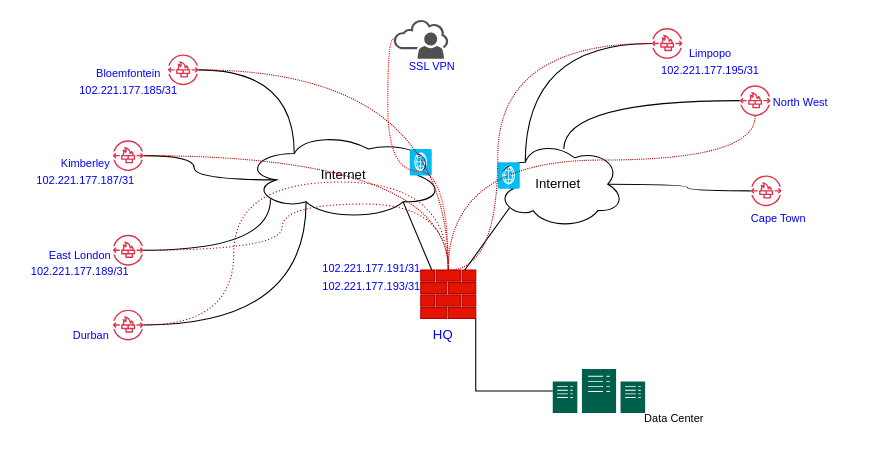
kennedyjombo/intro-to-me keeps this draw.io diagram as HDA SDWAN.drawio. Above is the earlier version. Source tidied: cells renumbered, new cells numbered last; positions are measured from the earlier drawing's top-left corner, leaving out a move shared by most shapes. Both pictures are drawn from the tidied source at 110%, with x=0, y=0 at pixel (19, 19).
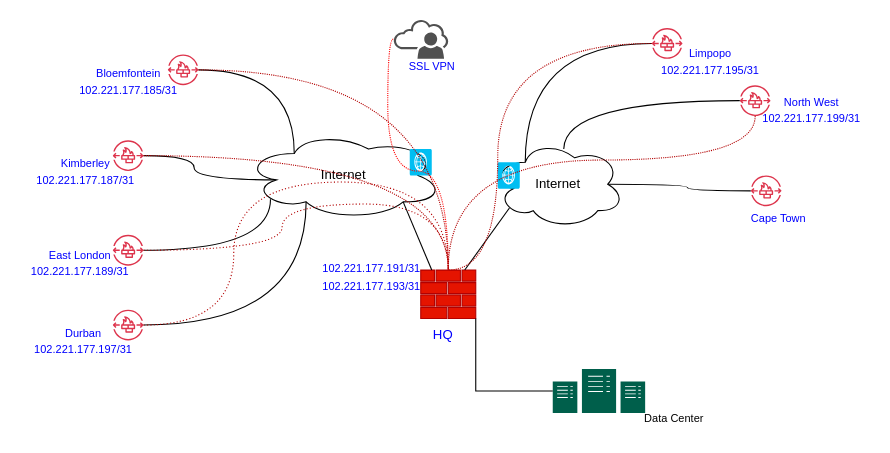
Above is the later version.

Change to the diagram source:
```diff
@@
-    <mxCell id="31" value="&lt;font color=&quot;#0000ff&quot; style=&quot;font-size: 10px;&quot;&gt;Durban&lt;/font&gt;" style="text;html=1;align=center;verticalAlign=middle;strokeColor=none;fillColor=none;" parent="1" vertex="1">
-      <mxGeometry x="35" y="272" width="60" height="30" as="geometry" />
+    <mxCell id="31" value="&lt;div&gt;&lt;font color=&quot;#0000ff&quot; style=&quot;font-size: 10px;&quot;&gt;Durban&lt;/font&gt;&lt;/div&gt;&lt;div&gt;&lt;font color=&quot;#0000ff&quot; style=&quot;font-size: 10px;&quot;&gt;102.221.177.197/31&lt;br&gt;&lt;/font&gt;&lt;/div&gt;" style="text;html=1;align=center;verticalAlign=middle;strokeColor=none;fillColor=none;" parent="1" vertex="1">
+      <mxGeometry x="3" y="272" width="110" height="40" as="geometry" />
     </mxCell>
@@
-    <mxCell id="33" value="&lt;font style=&quot;font-size: 10px;&quot;&gt;&lt;font color=&quot;#0000ff&quot;&gt;North West&lt;/font&gt;&lt;br&gt;&lt;/font&gt;" style="text;html=1;align=center;verticalAlign=middle;strokeColor=none;fillColor=none;" parent="1" vertex="1">
-      <mxGeometry x="675" y="60" width="70" height="30" as="geometry" />
+    <mxCell id="33" value="&lt;div&gt;&lt;font style=&quot;font-size: 10px;&quot;&gt;&lt;font color=&quot;#0000ff&quot;&gt;North West&lt;/font&gt;&lt;/font&gt;&lt;/div&gt;&lt;div&gt;&lt;font style=&quot;font-size: 10px;&quot;&gt;&lt;font color=&quot;#0000ff&quot;&gt;102.221.177.199/31&lt;br&gt;&lt;/font&gt;&lt;/font&gt;&lt;/div&gt;" style="text;html=1;align=center;verticalAlign=middle;strokeColor=none;fillColor=none;" parent="1" vertex="1">
+      <mxGeometry x="665" y="62" width="110" height="40" as="geometry" />
     </mxCell>
```
